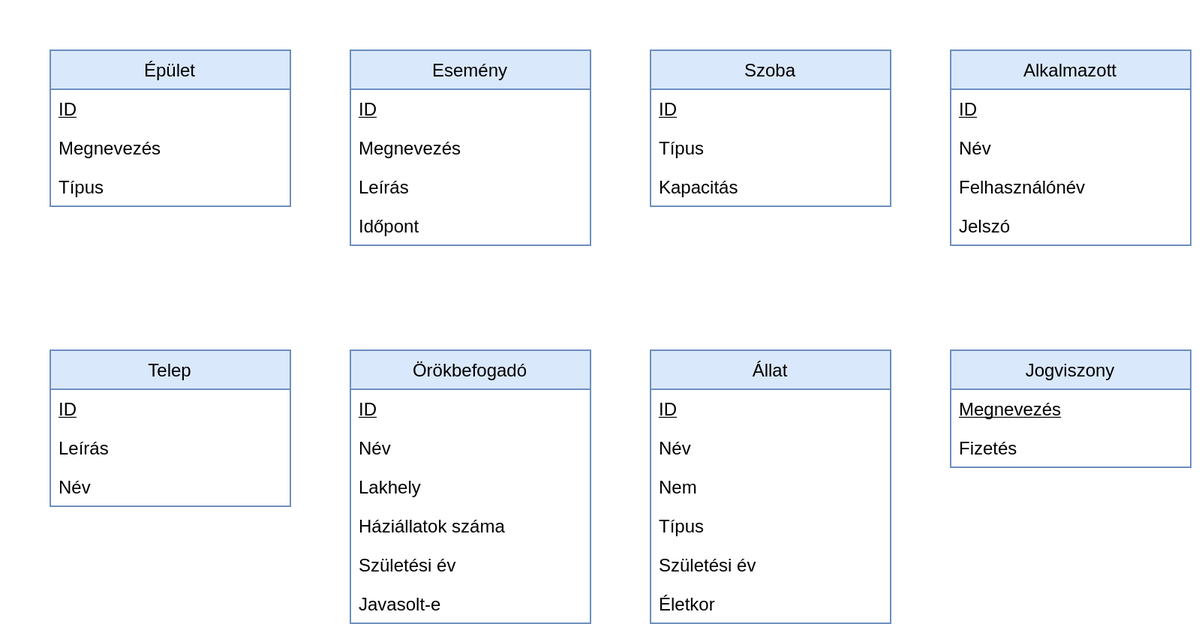
Above: SQL_Táblák.png in Gellifree/bluepaw (draw.io), before the change. Source tidied: cells renumbered, new cells last; positions are measured from the earlier drawing's top-left corner, leaving out a move shared by most shapes.
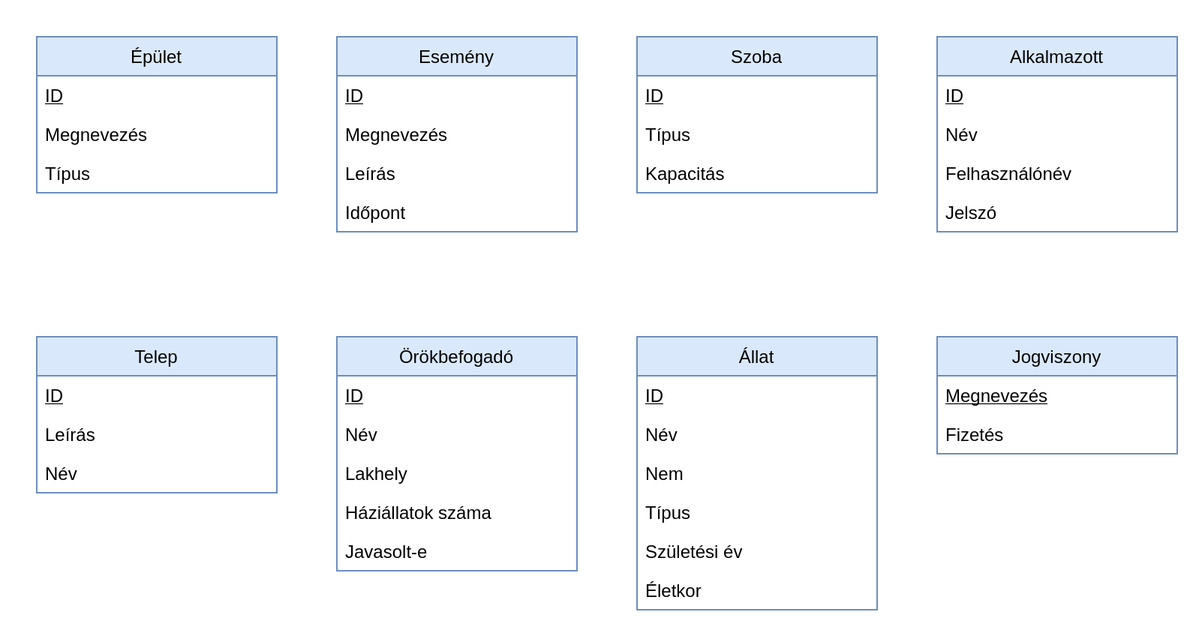
The same file after the commit.

Diff of the diagram source:
```diff
@@ -78,7 +78,7 @@
       <mxGeometry y="156" width="160" height="26" as="geometry" />
     </mxCell>
     <mxCell id="27" value="Örökbefogadó" style="swimlane;fontStyle=0;horizontal=1;startSize=26;fillColor=#dae8fc;strokeColor=#6c8ebf;" parent="1" vertex="1">
-      <mxGeometry x="200" y="200" width="160" height="182" as="geometry" />
+      <mxGeometry x="200" y="200" width="160" height="156" as="geometry" />
     </mxCell>
     <mxCell id="28" value="ID" style="text;strokeColor=none;fillColor=none;align=left;verticalAlign=top;spacingLeft=4;spacingRight=4;overflow=hidden;fontStyle=4;" parent="27" vertex="1">
       <mxGeometry y="26" width="160" height="26" as="geometry" />
@@ -92,32 +92,29 @@
     <mxCell id="31" value="Háziállatok száma" style="text;strokeColor=none;fillColor=none;align=left;verticalAlign=top;spacingLeft=4;spacingRight=4;overflow=hidden;" parent="27" vertex="1">
       <mxGeometry y="104" width="160" height="26" as="geometry" />
     </mxCell>
-    <mxCell id="32" value="Születési év" style="text;strokeColor=none;fillColor=none;align=left;verticalAlign=top;spacingLeft=4;spacingRight=4;overflow=hidden;" parent="27" vertex="1">
+    <mxCell id="32" value="Javasolt-e" style="text;strokeColor=none;fillColor=none;align=left;verticalAlign=top;spacingLeft=4;spacingRight=4;overflow=hidden;" parent="27" vertex="1">
       <mxGeometry y="130" width="160" height="26" as="geometry" />
     </mxCell>
-    <mxCell id="33" value="Javasolt-e" style="text;strokeColor=none;fillColor=none;align=left;verticalAlign=top;spacingLeft=4;spacingRight=4;overflow=hidden;" parent="27" vertex="1">
-      <mxGeometry y="156" width="160" height="26" as="geometry" />
+    <mxCell id="33" value="Telep" style="swimlane;fontStyle=0;horizontal=1;startSize=26;fillColor=#dae8fc;strokeColor=#6c8ebf;" parent="1" vertex="1">
+      <mxGeometry y="200" width="160" height="104" as="geometry" />
     </mxCell>
-    <mxCell id="34" value="Telep" style="swimlane;fontStyle=0;horizontal=1;startSize=26;fillColor=#dae8fc;strokeColor=#6c8ebf;" parent="1" vertex="1">
-      <mxGeometry y="200" width="160" height="104" as="geometry" />
+    <mxCell id="34" value="ID" style="text;strokeColor=none;fillColor=none;align=left;verticalAlign=top;spacingLeft=4;spacingRight=4;overflow=hidden;fontStyle=4;" parent="33" vertex="1">
+      <mxGeometry y="26" width="160" height="26" as="geometry" />
     </mxCell>
-    <mxCell id="35" value="ID" style="text;strokeColor=none;fillColor=none;align=left;verticalAlign=top;spacingLeft=4;spacingRight=4;overflow=hidden;fontStyle=4;" parent="34" vertex="1">
-      <mxGeometry y="26" width="160" height="26" as="geometry" />
+    <mxCell id="35" value="Leírás" style="text;strokeColor=none;fillColor=none;align=left;verticalAlign=top;spacingLeft=4;spacingRight=4;overflow=hidden;" parent="33" vertex="1">
+      <mxGeometry y="52" width="160" height="26" as="geometry" />
     </mxCell>
-    <mxCell id="36" value="Leírás" style="text;strokeColor=none;fillColor=none;align=left;verticalAlign=top;spacingLeft=4;spacingRight=4;overflow=hidden;" parent="34" vertex="1">
-      <mxGeometry y="52" width="160" height="26" as="geometry" />
+    <mxCell id="36" value="Név" style="text;strokeColor=none;fillColor=none;align=left;verticalAlign=top;spacingLeft=4;spacingRight=4;overflow=hidden;" parent="33" vertex="1">
+      <mxGeometry y="78" width="160" height="26" as="geometry" />
     </mxCell>
-    <mxCell id="37" value="Név" style="text;strokeColor=none;fillColor=none;align=left;verticalAlign=top;spacingLeft=4;spacingRight=4;overflow=hidden;" parent="34" vertex="1">
-      <mxGeometry y="78" width="160" height="26" as="geometry" />
+    <mxCell id="37" value="Jogviszony" style="swimlane;fontStyle=0;horizontal=1;startSize=26;fillColor=#dae8fc;strokeColor=#6c8ebf;" parent="1" vertex="1">
+      <mxGeometry x="600" y="200" width="160" height="78" as="geometry" />
     </mxCell>
-    <mxCell id="38" value="Jogviszony" style="swimlane;fontStyle=0;horizontal=1;startSize=26;fillColor=#dae8fc;strokeColor=#6c8ebf;" parent="1" vertex="1">
-      <mxGeometry x="600" y="200" width="160" height="78" as="geometry" />
+    <mxCell id="38" value="Megnevezés" style="text;strokeColor=none;fillColor=none;align=left;verticalAlign=top;spacingLeft=4;spacingRight=4;overflow=hidden;fontStyle=4;" parent="37" vertex="1">
+      <mxGeometry y="26" width="160" height="26" as="geometry" />
     </mxCell>
-    <mxCell id="39" value="Megnevezés" style="text;strokeColor=none;fillColor=none;align=left;verticalAlign=top;spacingLeft=4;spacingRight=4;overflow=hidden;fontStyle=4;" parent="38" vertex="1">
-      <mxGeometry y="26" width="160" height="26" as="geometry" />
+    <mxCell id="39" value="Fizetés" style="text;strokeColor=none;fillColor=none;align=left;verticalAlign=top;spacingLeft=4;spacingRight=4;overflow=hidden;" parent="37" vertex="1">
+      <mxGeometry y="52" width="160" height="26" as="geometry" />
     </mxCell>
-    <mxCell id="40" value="Fizetés" style="text;strokeColor=none;fillColor=none;align=left;verticalAlign=top;spacingLeft=4;spacingRight=4;overflow=hidden;" parent="38" vertex="1">
-      <mxGeometry y="52" width="160" height="26" as="geometry" />
-    </mxCell>
   </root>
 </mxGraphModel>
```
